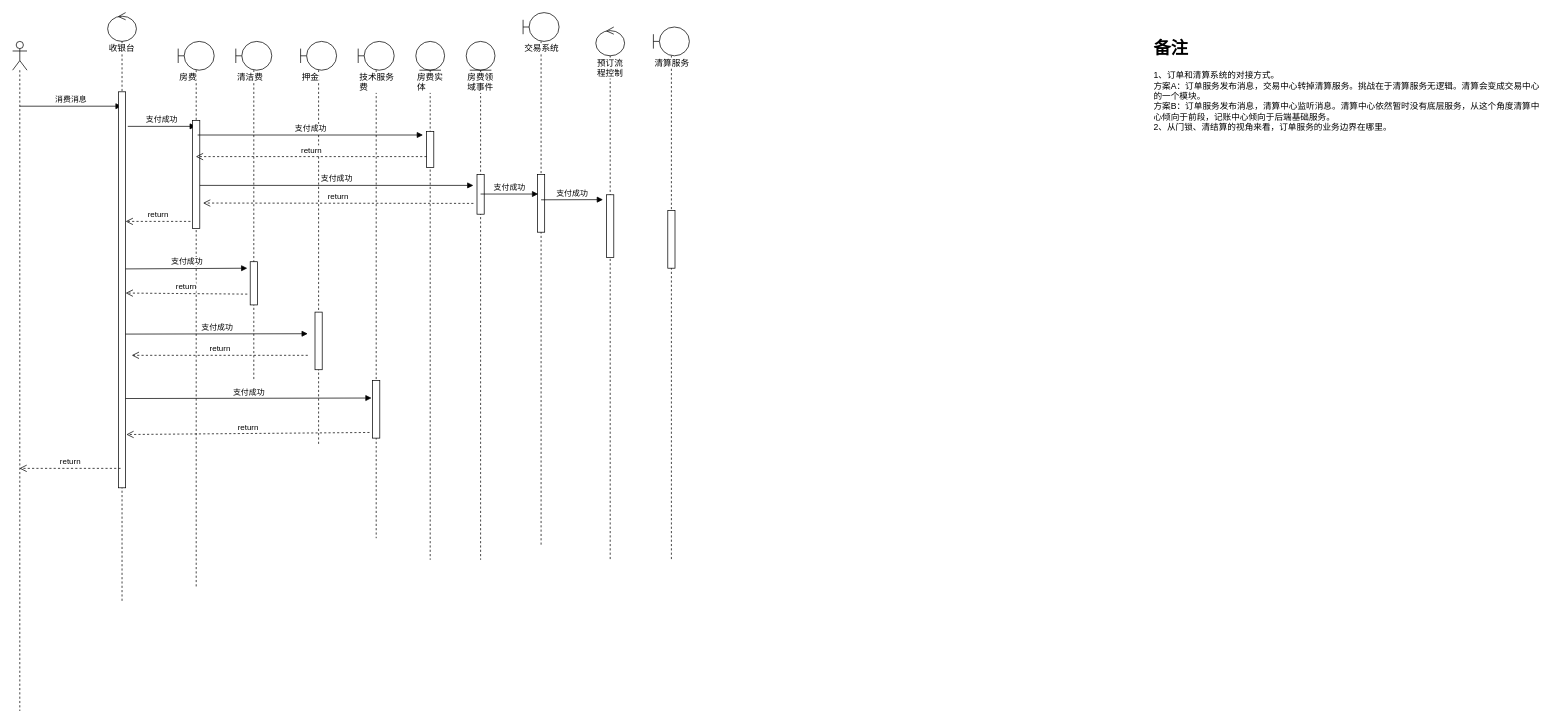
NonePro/UML keeps this draw.io diagram as page "支付成功广播" (7 of 7) of 支付中心.drawio. Above is the earlier version. Source tidied: cells renumbered, new cells numbered last; positions are measured from the earlier drawing's top-left corner, leaving out a move shared by most shapes. Both pictures are drawn from the tidied source at 72%, with x=0, y=0 at pixel (12, 12).
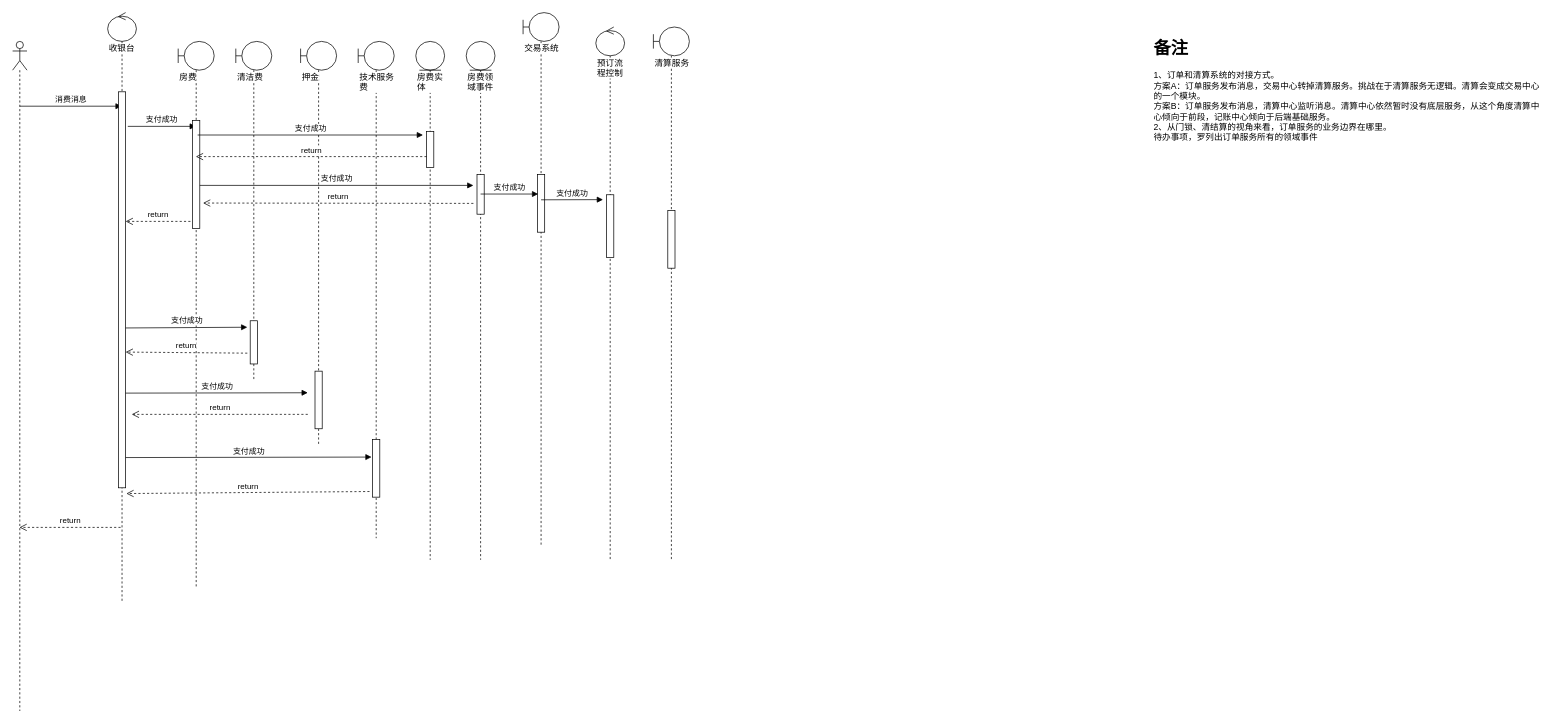
The same diagram, later.

Commit message:
支付回调清算

The change refers to these unchanged cells:
```xml
<mxCell id="2" style="shape=umlLifeline;participant=umlActor;perimeter=lifelinePerimeter;whiteSpace=wrap;html=1;verticalAlign=top;spacingTop=36;labelBackgroundColor=#ffffff;outlineConnect=0;align=left;" parent="1" vertex="1">
  <mxGeometry y="40" width="20" height="930" as="geometry" />
</mxCell>
<mxCell id="9" value="清洁费" style="shape=umlLifeline;participant=umlBoundary;perimeter=lifelinePerimeter;whiteSpace=wrap;html=1;verticalAlign=top;spacingTop=36;labelBackgroundColor=#ffffff;align=left;" parent="1" vertex="1">
  <mxGeometry x="310" y="40" width="50" height="470" as="geometry" />
</mxCell>
<mxCell id="11" value="押金" style="shape=umlLifeline;participant=umlBoundary;perimeter=lifelinePerimeter;whiteSpace=wrap;html=1;verticalAlign=top;spacingTop=36;labelBackgroundColor=#ffffff;align=left;" parent="1" vertex="1">
  <mxGeometry x="400" y="40" width="50" height="560" as="geometry" />
</mxCell>
<mxCell id="13" value="技术服务费" style="shape=umlLifeline;participant=umlBoundary;perimeter=lifelinePerimeter;whiteSpace=wrap;html=1;verticalAlign=top;spacingTop=36;labelBackgroundColor=#ffffff;align=left;" parent="1" vertex="1">
  <mxGeometry x="480" y="40" width="50" height="690" as="geometry" />
</mxCell>
```

Change to the diagram source:
```diff
@@
     <mxCell id="10" style="html=1;perimeter=orthogonalPerimeter;align=left;" parent="9" vertex="1">
-      <mxGeometry x="20" y="306" width="10" height="60" as="geometry" />
+      <mxGeometry x="20" y="388" width="10" height="60" as="geometry" />
     </mxCell>
@@
     <mxCell id="12" style="html=1;perimeter=orthogonalPerimeter;align=left;" parent="11" vertex="1">
-      <mxGeometry x="20" y="376" width="10" height="80" as="geometry" />
+      <mxGeometry x="20" y="458" width="10" height="80" as="geometry" />
     </mxCell>
@@
     <mxCell id="14" style="html=1;points=[];perimeter=orthogonalPerimeter;align=left;" parent="13" vertex="1">
-      <mxGeometry x="20" y="471" width="10" height="80" as="geometry" />
+      <mxGeometry x="20" y="553" width="10" height="80" as="geometry" />
     </mxCell>
@@
     <mxCell id="16" value="支付成功" style="html=1;verticalAlign=bottom;endArrow=block;" parent="1" edge="1">
       <mxGeometry relative="1" as="geometry">
-        <mxPoint x="157" y="356" as="sourcePoint" />
-        <mxPoint x="326" y="355" as="targetPoint" />
+        <mxPoint x="157" y="438" as="sourcePoint" />
+        <mxPoint x="326" y="437" as="targetPoint" />
       </mxGeometry>
     </mxCell>
     <mxCell id="17" value="return" style="html=1;verticalAlign=bottom;endArrow=open;dashed=1;endSize=8;exitX=-0.357;exitY=0.518;exitDx=0;exitDy=0;exitPerimeter=0;" parent="1" edge="1">
       <mxGeometry relative="1" as="geometry">
-        <mxPoint x="326" y="391" as="sourcePoint" />
-        <mxPoint x="157" y="389.5" as="targetPoint" />
+        <mxPoint x="326" y="473" as="sourcePoint" />
+        <mxPoint x="157" y="471.5" as="targetPoint" />
       </mxGeometry>
     </mxCell>
     <mxCell id="18" value="支付成功" style="html=1;verticalAlign=bottom;endArrow=block;" parent="1" edge="1">
       <mxGeometry relative="1" as="geometry">
-        <mxPoint x="157" y="446.5" as="sourcePoint" />
-        <mxPoint x="410" y="446" as="targetPoint" />
+        <mxPoint x="157" y="528.5" as="sourcePoint" />
+        <mxPoint x="410" y="528" as="targetPoint" />
       </mxGeometry>
     </mxCell>
     <mxCell id="19" value="return" style="html=1;verticalAlign=bottom;endArrow=open;dashed=1;endSize=8;" parent="1" edge="1">
       <mxGeometry relative="1" as="geometry">
-        <mxPoint x="410" y="476" as="sourcePoint" />
-        <mxPoint x="165.5" y="476" as="targetPoint" />
+        <mxPoint x="410" y="558" as="sourcePoint" />
+        <mxPoint x="165.5" y="558" as="targetPoint" />
       </mxGeometry>
     </mxCell>
     <mxCell id="20" value="支付成功" style="html=1;verticalAlign=bottom;endArrow=block;entryX=-0.143;entryY=0.304;entryDx=0;entryDy=0;entryPerimeter=0;" parent="1" edge="1" target="14">
       <mxGeometry relative="1" as="geometry">
-        <mxPoint x="157" y="536" as="sourcePoint" />
+        <mxPoint x="157" y="618" as="sourcePoint" />
       </mxGeometry>
     </mxCell>
     <mxCell id="21" value="return" style="html=1;verticalAlign=bottom;endArrow=open;dashed=1;endSize=8;exitX=-0.429;exitY=0.902;exitDx=0;exitDy=0;exitPerimeter=0;" parent="1" edge="1" source="14">
       <mxGeometry relative="1" as="geometry">
-        <mxPoint x="158" y="586" as="targetPoint" />
+        <mxPoint x="158" y="668" as="targetPoint" />
       </mxGeometry>
     </mxCell>
@@
-    <mxCell id="30" value="return" style="html=1;verticalAlign=bottom;endArrow=open;dashed=1;endSize=8;" parent="1" edge="1" target="2">
+    <mxCell id="30" value="return" style="html=1;verticalAlign=bottom;endArrow=open;dashed=1;endSize=8;" parent="1" edge="1">
       <mxGeometry relative="1" as="geometry">
-        <mxPoint x="150" y="633" as="sourcePoint" />
+        <mxPoint x="150" y="715" as="sourcePoint" />
+        <mxPoint x="9.5" y="715" as="targetPoint" />
       </mxGeometry>
     </mxCell>
@@
-    <mxCell id="39" value="&lt;h1&gt;备注&lt;/h1&gt;&lt;div&gt;1、订单和清算系统的对接方式。&lt;/div&gt;&lt;div&gt;方案A：订单服务发布消息，交易中心转掉清算服务。挑战在于清算服务无逻辑。清算会变成交易中心的一个模块。&lt;/div&gt;&lt;div&gt;方案B：订单服务发布消息，清算中心监听消息。清算中心依然暂时没有底层服务，从这个角度清算中心倾向于前段，记账中心倾向于后端基础服务。&lt;/div&gt;&lt;div&gt;2、从门锁、清结算的视角来看，订单服务的业务边界在哪里。&lt;/div&gt;&lt;div&gt;&lt;br&gt;&lt;/div&gt;" style="text;html=1;strokeColor=none;fillColor=none;spacing=5;spacingTop=-20;whiteSpace=wrap;overflow=hidden;rounded=0;align=left;" parent="1" vertex="1">
+    <mxCell id="39" value="&lt;h1&gt;备注&lt;/h1&gt;&lt;div&gt;1、订单和清算系统的对接方式。&lt;/div&gt;&lt;div&gt;方案A：订单服务发布消息，交易中心转掉清算服务。挑战在于清算服务无逻辑。清算会变成交易中心的一个模块。&lt;/div&gt;&lt;div&gt;方案B：订单服务发布消息，清算中心监听消息。清算中心依然暂时没有底层服务，从这个角度清算中心倾向于前段，记账中心倾向于后端基础服务。&lt;/div&gt;&lt;div&gt;2、从门锁、清结算的视角来看，订单服务的业务边界在哪里。&lt;/div&gt;&lt;div&gt;待办事项，罗列出订单服务所有的领域事件&lt;/div&gt;&lt;div&gt;&lt;br&gt;&lt;/div&gt;" style="text;html=1;strokeColor=none;fillColor=none;spacing=5;spacingTop=-20;whiteSpace=wrap;overflow=hidden;rounded=0;align=left;" parent="1" vertex="1">
       <mxGeometry x="1580" y="30" width="550" height="300" as="geometry" />
     </mxCell>
```
